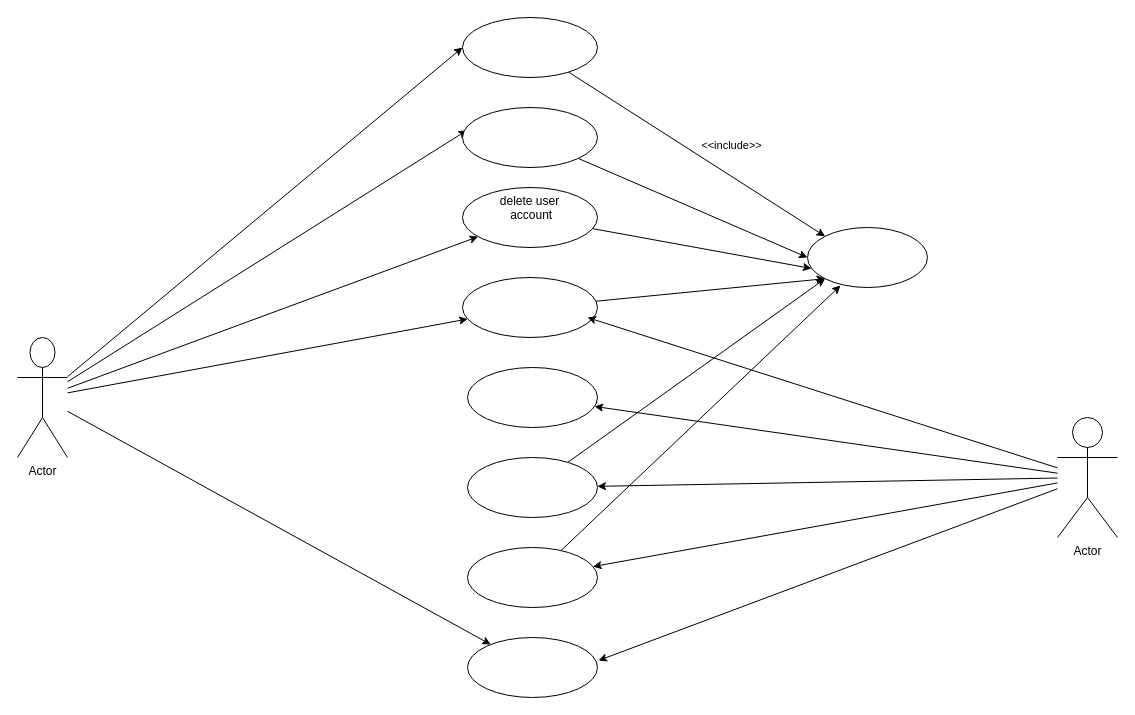
Earlier version of the draw.io diagram Use Case Diagram.drawio (fasil712/UML_Diagram_Design). Source tidied: cells renumbered, new cells numbered last; positions are measured from the earlier drawing's top-left corner, leaving out a move shared by most shapes. Both pictures are drawn from the tidied source at 100%, with x=0, y=0 at pixel (17, 17).
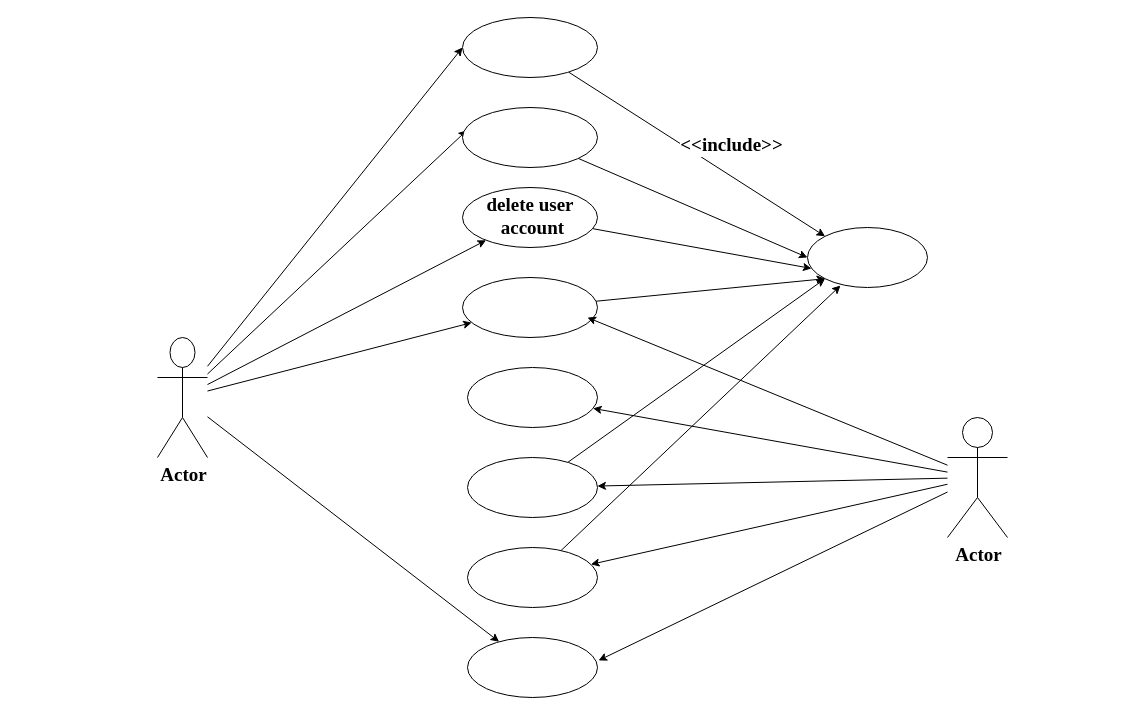
The same page after the edit.

Diff of the diagram source:
```diff
@@
-    <mxCell id="2" style="edgeStyle=none;rounded=1;jettySize=auto;html=1;entryX=0.033;entryY=0.38;entryDx=0;entryDy=0;entryPerimeter=0;" parent="1" edge="1" source="7" target="13">
+    <mxCell id="2" style="edgeStyle=none;rounded=1;jettySize=auto;html=1;entryX=0.033;entryY=0.38;entryDx=0;entryDy=0;entryPerimeter=0;fontStyle=1;fontFamily=Times New Roman;fontSize=19;spacingLeft=1;spacingBottom=1;" parent="1" edge="1" source="7" target="13">
       <mxGeometry relative="1" as="geometry" />
     </mxCell>
-    <mxCell id="3" style="edgeStyle=none;rounded=1;jettySize=auto;html=1;entryX=0;entryY=0.5;entryDx=0;entryDy=0;" parent="1" edge="1" source="7" target="10">
+    <mxCell id="3" style="edgeStyle=none;rounded=1;jettySize=auto;html=1;entryX=0;entryY=0.5;entryDx=0;entryDy=0;fontStyle=1;fontFamily=Times New Roman;fontSize=19;spacingLeft=1;spacingBottom=1;" parent="1" edge="1" source="7" target="10">
       <mxGeometry relative="1" as="geometry" />
     </mxCell>
-    <mxCell id="4" style="edgeStyle=none;rounded=1;jettySize=auto;html=1;" parent="1" edge="1" source="7" target="15">
+    <mxCell id="4" style="edgeStyle=none;rounded=1;jettySize=auto;html=1;fontStyle=1;fontFamily=Times New Roman;fontSize=19;spacingLeft=1;spacingBottom=1;" parent="1" edge="1" source="7" target="15">
       <mxGeometry relative="1" as="geometry" />
     </mxCell>
-    <mxCell id="5" style="edgeStyle=none;rounded=1;jettySize=auto;html=1;" parent="1" edge="1" source="7" target="17">
+    <mxCell id="5" style="edgeStyle=none;rounded=1;jettySize=auto;html=1;fontStyle=1;fontFamily=Times New Roman;fontSize=19;spacingLeft=1;spacingBottom=1;" parent="1" edge="1" source="7" target="17">
       <mxGeometry relative="1" as="geometry" />
     </mxCell>
-    <mxCell id="6" style="edgeStyle=none;rounded=1;jettySize=auto;html=1;" parent="1" edge="1" source="7" target="18">
+    <mxCell id="6" style="edgeStyle=none;rounded=1;jettySize=auto;html=1;fontStyle=1;fontFamily=Times New Roman;fontSize=19;spacingLeft=1;spacingBottom=1;" parent="1" edge="1" source="7" target="18">
       <mxGeometry relative="1" as="geometry" />
     </mxCell>
-    <mxCell id="7" value="Actor" style="shape=umlActor;verticalLabelPosition=bottom;verticalAlign=top;html=1;outlineConnect=0;" parent="1" vertex="1">
-      <mxGeometry y="320" width="50" height="120" as="geometry" />
+    <mxCell id="7" value="Actor" style="shape=umlActor;verticalLabelPosition=bottom;verticalAlign=top;html=1;outlineConnect=0;fontStyle=1;fontFamily=Times New Roman;fontSize=19;spacingLeft=1;spacingBottom=1;" parent="1" vertex="1">
+      <mxGeometry x="140" y="320" width="50" height="120" as="geometry" />
     </mxCell>
-    <mxCell id="8" style="edgeStyle=none;rounded=1;jettySize=auto;html=1;entryX=0;entryY=0;entryDx=0;entryDy=0;" parent="1" edge="1" source="10" target="11">
+    <mxCell id="8" style="edgeStyle=none;rounded=1;jettySize=auto;html=1;entryX=0;entryY=0;entryDx=0;entryDy=0;fontStyle=1;fontFamily=Times New Roman;fontSize=19;spacingLeft=1;spacingBottom=1;" parent="1" edge="1" source="10" target="11">
       <mxGeometry relative="1" as="geometry" />
     </mxCell>
-    <mxCell id="9" value="&amp;lt;&amp;lt;include&amp;gt;&amp;gt;" style="edgeLabel;html=1;align=center;verticalAlign=middle;" parent="8" vertex="1">
+    <mxCell id="9" value="&amp;lt;&amp;lt;include&amp;gt;&amp;gt;" style="edgeLabel;html=1;align=center;verticalAlign=middle;fontStyle=1;fontFamily=Times New Roman;fontSize=19;spacingLeft=1;spacingBottom=1;" parent="8" vertex="1">
       <mxGeometry x="0.15" y="-2" relative="1" as="geometry">
         <mxPoint x="16" y="-23" as="offset" />
       </mxGeometry>
     </mxCell>
-    <mxCell id="10" style="ellipse;whiteSpace=wrap;html=1;verticalAlign=top;" parent="1" vertex="1">
+    <mxCell id="10" style="ellipse;whiteSpace=wrap;html=1;verticalAlign=top;fontStyle=1;fontFamily=Times New Roman;fontSize=19;spacingLeft=1;spacingBottom=1;" parent="1" vertex="1">
       <mxGeometry x="445" width="135" height="60" as="geometry" />
     </mxCell>
-    <mxCell id="11" style="ellipse;whiteSpace=wrap;html=1;verticalAlign=top;" parent="1" vertex="1">
+    <mxCell id="11" style="ellipse;whiteSpace=wrap;html=1;verticalAlign=top;fontStyle=1;fontFamily=Times New Roman;fontSize=19;spacingLeft=1;spacingBottom=1;" parent="1" vertex="1">
       <mxGeometry x="790" y="210" width="120" height="60" as="geometry" />
     </mxCell>
-    <mxCell id="12" style="edgeStyle=none;rounded=1;jettySize=auto;html=1;entryX=0;entryY=0.5;entryDx=0;entryDy=0;" parent="1" edge="1" source="13" target="11">
+    <mxCell id="12" style="edgeStyle=none;rounded=1;jettySize=auto;html=1;entryX=0;entryY=0.5;entryDx=0;entryDy=0;fontStyle=1;fontFamily=Times New Roman;fontSize=19;spacingLeft=1;spacingBottom=1;" parent="1" edge="1" source="13" target="11">
       <mxGeometry relative="1" as="geometry" />
     </mxCell>
-    <mxCell id="13" style="ellipse;whiteSpace=wrap;html=1;verticalAlign=top;" parent="1" vertex="1">
+    <mxCell id="13" style="ellipse;whiteSpace=wrap;html=1;verticalAlign=top;fontStyle=1;fontFamily=Times New Roman;fontSize=19;spacingLeft=1;spacingBottom=1;" parent="1" vertex="1">
       <mxGeometry x="445" y="90" width="135" height="60" as="geometry" />
     </mxCell>
-    <mxCell id="14" style="edgeStyle=none;rounded=1;jettySize=auto;html=1;entryX=0.033;entryY=0.683;entryDx=0;entryDy=0;entryPerimeter=0;" parent="1" edge="1" source="15" target="11">
+    <mxCell id="14" style="edgeStyle=none;rounded=1;jettySize=auto;html=1;entryX=0.033;entryY=0.683;entryDx=0;entryDy=0;entryPerimeter=0;fontStyle=1;fontFamily=Times New Roman;fontSize=19;spacingLeft=1;spacingBottom=1;" parent="1" edge="1" source="15" target="11">
       <mxGeometry relative="1" as="geometry" />
     </mxCell>
-    <mxCell id="15" value="delete user&lt;br&gt;&amp;nbsp;account" style="ellipse;whiteSpace=wrap;html=1;verticalAlign=top;" parent="1" vertex="1">
+    <mxCell id="15" value="delete user&lt;br style=&quot;font-size: 19px;&quot;&gt;&amp;nbsp;account" style="ellipse;whiteSpace=wrap;html=1;verticalAlign=top;fontStyle=1;fontFamily=Times New Roman;fontSize=19;spacingLeft=1;spacingBottom=1;" parent="1" vertex="1">
       <mxGeometry x="445" y="170" width="135" height="60" as="geometry" />
     </mxCell>
-    <mxCell id="16" style="edgeStyle=none;rounded=1;jettySize=auto;html=1;entryX=0;entryY=1;entryDx=0;entryDy=0;" parent="1" edge="1" source="17" target="11">
+    <mxCell id="16" style="edgeStyle=none;rounded=1;jettySize=auto;html=1;entryX=0;entryY=1;entryDx=0;entryDy=0;fontStyle=1;fontFamily=Times New Roman;fontSize=19;spacingLeft=1;spacingBottom=1;" parent="1" edge="1" source="17" target="11">
       <mxGeometry relative="1" as="geometry" />
     </mxCell>
-    <mxCell id="17" style="ellipse;whiteSpace=wrap;html=1;verticalAlign=top;" parent="1" vertex="1">
+    <mxCell id="17" style="ellipse;whiteSpace=wrap;html=1;verticalAlign=top;fontStyle=1;fontFamily=Times New Roman;fontSize=19;spacingLeft=1;spacingBottom=1;" parent="1" vertex="1">
       <mxGeometry x="445" y="260" width="135" height="60" as="geometry" />
     </mxCell>
-    <mxCell id="18" style="ellipse;whiteSpace=wrap;html=1;verticalAlign=top;" parent="1" vertex="1">
+    <mxCell id="18" style="ellipse;whiteSpace=wrap;html=1;verticalAlign=top;fontStyle=1;fontFamily=Times New Roman;fontSize=19;spacingLeft=1;spacingBottom=1;" parent="1" vertex="1">
       <mxGeometry x="450" y="620" width="130" height="60" as="geometry" />
     </mxCell>
-    <mxCell id="19" style="edgeStyle=none;rounded=1;jettySize=auto;html=1;entryX=0.926;entryY=0.667;entryDx=0;entryDy=0;entryPerimeter=0;" parent="1" edge="1" source="24" target="17">
+    <mxCell id="19" style="edgeStyle=none;rounded=1;jettySize=auto;html=1;entryX=0.926;entryY=0.667;entryDx=0;entryDy=0;entryPerimeter=0;fontStyle=1;fontFamily=Times New Roman;fontSize=19;spacingLeft=1;spacingBottom=1;" parent="1" edge="1" source="24" target="17">
       <mxGeometry relative="1" as="geometry" />
     </mxCell>
-    <mxCell id="20" style="edgeStyle=none;rounded=1;jettySize=auto;html=1;entryX=1.008;entryY=0.383;entryDx=0;entryDy=0;entryPerimeter=0;" parent="1" edge="1" source="24" target="18">
+    <mxCell id="20" style="edgeStyle=none;rounded=1;jettySize=auto;html=1;entryX=1.008;entryY=0.383;entryDx=0;entryDy=0;entryPerimeter=0;fontStyle=1;fontFamily=Times New Roman;fontSize=19;spacingLeft=1;spacingBottom=1;" parent="1" edge="1" source="24" target="18">
       <mxGeometry relative="1" as="geometry" />
     </mxCell>
-    <mxCell id="21" style="edgeStyle=none;rounded=1;jettySize=auto;html=1;" parent="1" edge="1" source="24" target="25">
+    <mxCell id="21" style="edgeStyle=none;rounded=1;jettySize=auto;html=1;fontStyle=1;fontFamily=Times New Roman;fontSize=19;spacingLeft=1;spacingBottom=1;" parent="1" edge="1" source="24" target="25">
       <mxGeometry relative="1" as="geometry" />
     </mxCell>
-    <mxCell id="22" style="edgeStyle=none;rounded=1;jettySize=auto;html=1;" parent="1" edge="1" source="24" target="28">
+    <mxCell id="22" style="edgeStyle=none;rounded=1;jettySize=auto;html=1;fontStyle=1;fontFamily=Times New Roman;fontSize=19;spacingLeft=1;spacingBottom=1;" parent="1" edge="1" source="24" target="28">
       <mxGeometry relative="1" as="geometry" />
     </mxCell>
-    <mxCell id="23" style="edgeStyle=none;rounded=1;jettySize=auto;html=1;" parent="1" edge="1" source="24" target="30">
+    <mxCell id="23" style="edgeStyle=none;rounded=1;jettySize=auto;html=1;fontStyle=1;fontFamily=Times New Roman;fontSize=19;spacingLeft=1;spacingBottom=1;" parent="1" edge="1" source="24" target="30">
       <mxGeometry relative="1" as="geometry" />
     </mxCell>
-    <mxCell id="24" value="Actor" style="shape=umlActor;verticalLabelPosition=bottom;verticalAlign=top;html=1;outlineConnect=0;" parent="1" vertex="1">
-      <mxGeometry x="1040" y="400" width="60" height="120" as="geometry" />
+    <mxCell id="24" value="Actor" style="shape=umlActor;verticalLabelPosition=bottom;verticalAlign=top;html=1;outlineConnect=0;fontStyle=1;fontFamily=Times New Roman;fontSize=19;spacingLeft=1;spacingBottom=1;" parent="1" vertex="1">
+      <mxGeometry x="930" y="400" width="60" height="120" as="geometry" />
     </mxCell>
-    <mxCell id="25" style="ellipse;whiteSpace=wrap;html=1;verticalAlign=top;" parent="1" vertex="1">
+    <mxCell id="25" style="ellipse;whiteSpace=wrap;html=1;verticalAlign=top;fontStyle=1;fontFamily=Times New Roman;fontSize=19;spacingLeft=1;spacingBottom=1;" parent="1" vertex="1">
       <mxGeometry x="450" y="350" width="130" height="60" as="geometry" />
     </mxCell>
-    <mxCell id="26" style="edgeStyle=none;rounded=1;orthogonalLoop=1;jettySize=auto;html=1;exitX=0.5;exitY=1;exitDx=0;exitDy=0;" parent="1" edge="1" source="25" target="25">
+    <mxCell id="26" style="edgeStyle=none;rounded=1;orthogonalLoop=1;jettySize=auto;html=1;exitX=0.5;exitY=1;exitDx=0;exitDy=0;fontStyle=1;fontFamily=Times New Roman;fontSize=19;spacingLeft=1;spacingBottom=1;" parent="1" edge="1" source="25" target="25">
       <mxGeometry relative="1" as="geometry" />
     </mxCell>
-    <mxCell id="27" style="edgeStyle=none;rounded=1;jettySize=auto;html=1;entryX=0;entryY=1;entryDx=0;entryDy=0;" parent="1" edge="1" source="28" target="11">
+    <mxCell id="27" style="edgeStyle=none;rounded=1;jettySize=auto;html=1;entryX=0;entryY=1;entryDx=0;entryDy=0;fontStyle=1;fontFamily=Times New Roman;fontSize=19;spacingLeft=1;spacingBottom=1;" parent="1" edge="1" source="28" target="11">
       <mxGeometry relative="1" as="geometry" />
     </mxCell>
-    <mxCell id="28" style="ellipse;whiteSpace=wrap;html=1;verticalAlign=top;" parent="1" vertex="1">
+    <mxCell id="28" style="ellipse;whiteSpace=wrap;html=1;verticalAlign=top;fontStyle=1;fontFamily=Times New Roman;fontSize=19;spacingLeft=1;spacingBottom=1;" parent="1" vertex="1">
       <mxGeometry x="450" y="440" width="130" height="60" as="geometry" />
     </mxCell>
-    <mxCell id="29" style="edgeStyle=none;rounded=1;jettySize=auto;html=1;entryX=0.275;entryY=0.967;entryDx=0;entryDy=0;entryPerimeter=0;" parent="1" edge="1" source="30" target="11">
+    <mxCell id="29" style="edgeStyle=none;rounded=1;jettySize=auto;html=1;entryX=0.275;entryY=0.967;entryDx=0;entryDy=0;entryPerimeter=0;fontStyle=1;fontFamily=Times New Roman;fontSize=19;spacingLeft=1;spacingBottom=1;" parent="1" edge="1" source="30" target="11">
       <mxGeometry relative="1" as="geometry" />
     </mxCell>
-    <mxCell id="30" style="ellipse;whiteSpace=wrap;html=1;verticalAlign=top;" parent="1" vertex="1">
+    <mxCell id="30" style="ellipse;whiteSpace=wrap;html=1;verticalAlign=top;fontStyle=1;fontFamily=Times New Roman;fontSize=19;spacingLeft=1;spacingBottom=1;" parent="1" vertex="1">
       <mxGeometry x="450" y="530" width="130" height="60" as="geometry" />
     </mxCell>
```
